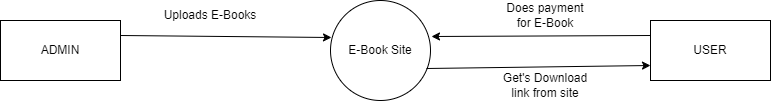
Above: Diagrams/Context Level Diagram.png in prathamjc/TY-project (draw.io), before the change. Source tidied: cells renumbered, new cells last; positions are measured from the earlier drawing's top-left corner, leaving out a move shared by most shapes.
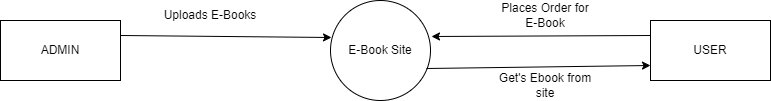
Above is the later version.

Diff of the diagram source:
```diff
@@ -20,10 +20,10 @@
     <mxCell id="7" style="endArrow=classic;html=1;rounded=0;exitX=0;exitY=0.25;exitDx=0;exitDy=0;entryX=1.01;entryY=0.36;entryDx=0;entryDy=0;entryPerimeter=0;" parent="1" edge="1" source="3" target="4">
       <mxGeometry relative="1" as="geometry" />
     </mxCell>
-    <mxCell id="8" value="Does payment for E-Book" style="text;html=1;strokeColor=none;fillColor=none;align=center;verticalAlign=middle;whiteSpace=wrap;rounded=0;" parent="1" vertex="1">
+    <mxCell id="8" value="Places Order for E-Book" style="text;html=1;strokeColor=none;fillColor=none;align=center;verticalAlign=middle;whiteSpace=wrap;rounded=0;" parent="1" vertex="1">
       <mxGeometry x="500" width="90" height="30" as="geometry" />
     </mxCell>
-    <mxCell id="9" value="Get's Download link from site" style="text;html=1;strokeColor=none;fillColor=none;align=center;verticalAlign=middle;whiteSpace=wrap;rounded=0;" parent="1" vertex="1">
+    <mxCell id="9" value="Get's Ebook from site" style="text;html=1;strokeColor=none;fillColor=none;align=center;verticalAlign=middle;whiteSpace=wrap;rounded=0;" parent="1" vertex="1">
       <mxGeometry x="495" y="70" width="100" height="30" as="geometry" />
     </mxCell>
     <mxCell id="10" value="Uploads E-Books" style="text;html=1;strokeColor=none;fillColor=none;align=center;verticalAlign=middle;whiteSpace=wrap;rounded=0;" parent="1" vertex="1">
```
